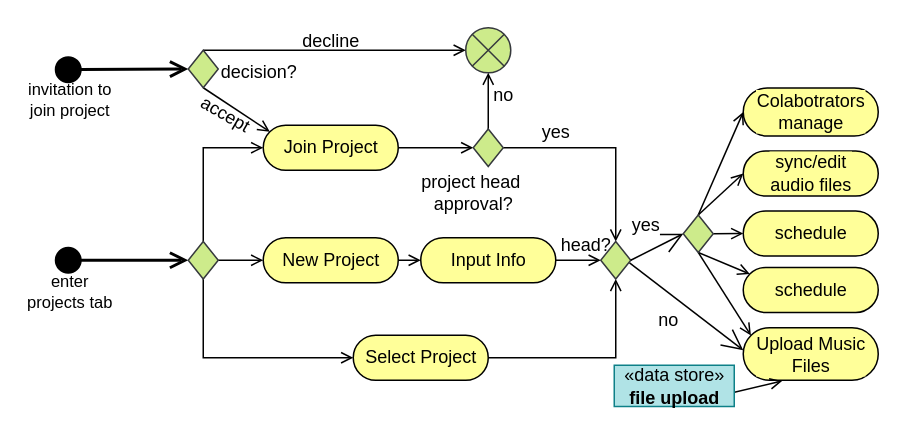
Earlier version of the draw.io diagram page "Project Activity" (4 of 6) of test Diagram.drawio (Itaybarbar/myProject). Source tidied: cells renumbered, new cells numbered last; positions are measured from the earlier drawing's top-left corner, leaving out a move shared by most shapes. Both pictures are drawn from the tidied source at 150%, with x=0, y=0 at pixel (52, 26).
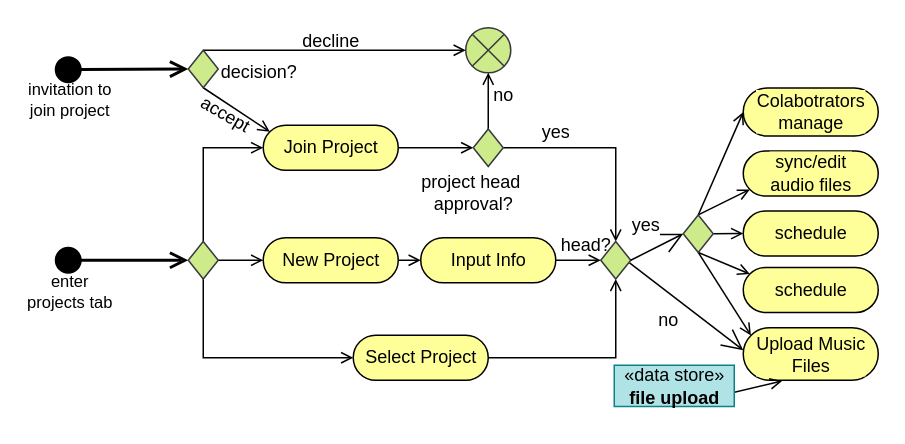
The same diagram, later.

Unchanged cells that the change refers to:
```xml
<mxCell id="45" style="strokeWidth=1;html=1;shape=mxgraph.flowchart.decision;whiteSpace=wrap;fillColor=#cdeb8b;strokeColor=#36393d;" parent="1" vertex="1">
  <mxGeometry x="420" y="125.8" width="20" height="25" as="geometry" />
</mxCell>
<mxCell id="47" value="sync/edit &lt;br&gt;audio files" style="html=1;dashed=0;whitespace=wrap;shape=mxgraph.dfd.start;shadow=0;glass=0;labelBackgroundColor=#FFFF99;sketch=0;strokeWidth=1;fillColor=#FFFF99;" parent="1" vertex="1">
  <mxGeometry x="460" y="83.2" width="90" height="30" as="geometry" />
</mxCell>
```

What changed in the source:
```diff
@@
-    <mxCell id="43" style="edgeStyle=none;rounded=0;jumpSize=5;jettySize=auto;html=1;exitX=0.5;exitY=0;exitDx=0;exitDy=0;exitPerimeter=0;entryX=0;entryY=0.5;entryDx=0;entryDy=0;entryPerimeter=0;startArrow=none;startFill=0;endArrow=open;endFill=0;sourcePerimeterSpacing=16;strokeWidth=1;" parent="1" edge="1" source="45" target="47">
+    <mxCell id="43" style="edgeStyle=none;rounded=0;jumpSize=5;jettySize=auto;html=1;exitX=0.5;exitY=0;exitDx=0;exitDy=0;exitPerimeter=0;entryX=0;entryY=0;entryDx=4.395;entryDy=25.604999999999997;entryPerimeter=0;startArrow=none;startFill=0;endArrow=open;endFill=0;sourcePerimeterSpacing=16;strokeWidth=1;" parent="1" edge="1" source="45" target="47">
       <mxGeometry relative="1" as="geometry" />
     </mxCell>
```
